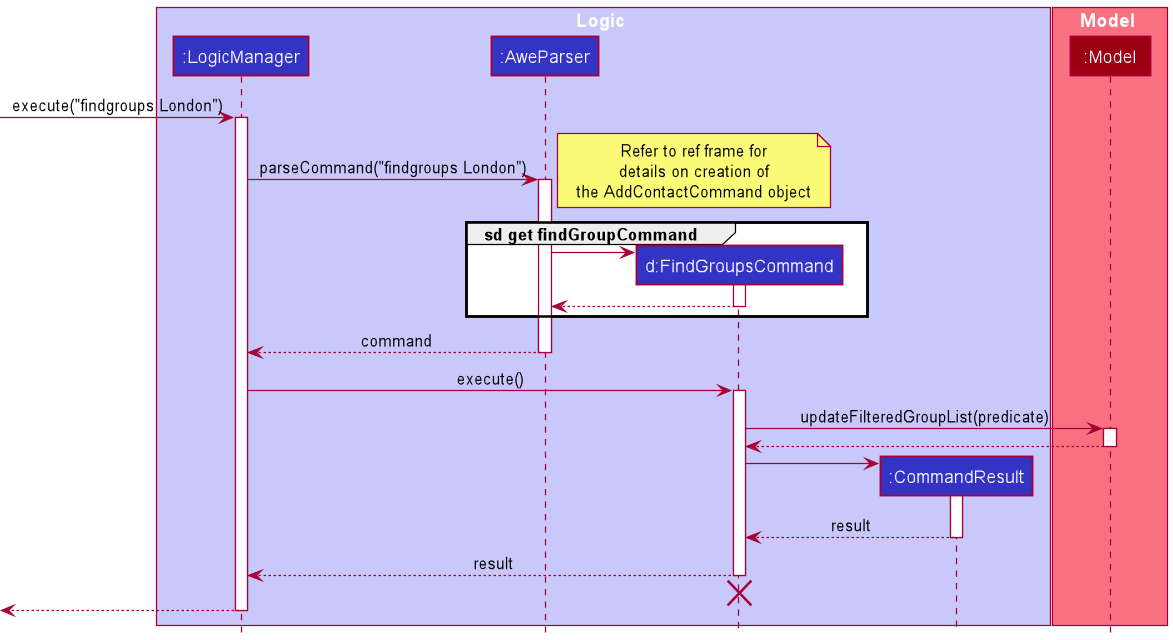
Earlier version of the PlantUML export docs/images/FindGroupsSequenceDiagram.png (ramapriyan912001/tp).
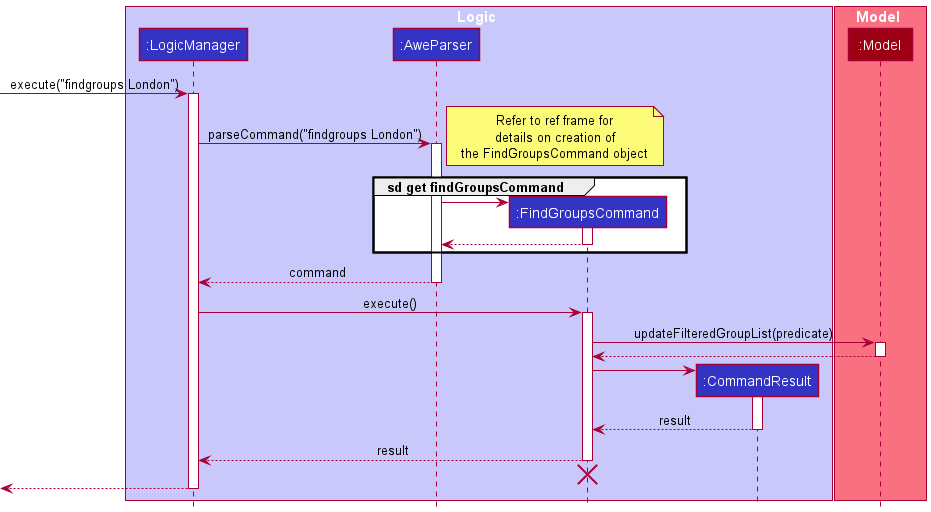
The same file after the commit.

Commit message:
Update find groups sequence diagram

The edit, as a diff of the source:
```diff
@@ -5,7 +5,7 @@
 
 participant ":LogicManager" as LogicManager LOGIC_COLOR
 participant ":AweParser" as AweParser LOGIC_COLOR
-participant "d:FindGroupsCommand" as FindGroupsCommand LOGIC_COLOR
+participant ":FindGroupsCommand" as FindGroupsCommand LOGIC_COLOR
 participant ":CommandResult" as CommandResult LOGIC_COLOR
 end box
 
@@ -22,9 +22,9 @@
 note right
 Refer to ref frame for
 details on creation of
-the AddContactCommand object
+the FindGroupsCommand object
 end note
-group sd get findGroupCommand
+group sd get findGroupsCommand
 create FindGroupsCommand
 AweParser -> FindGroupsCommand
 activate FindGroupsCommand
```
